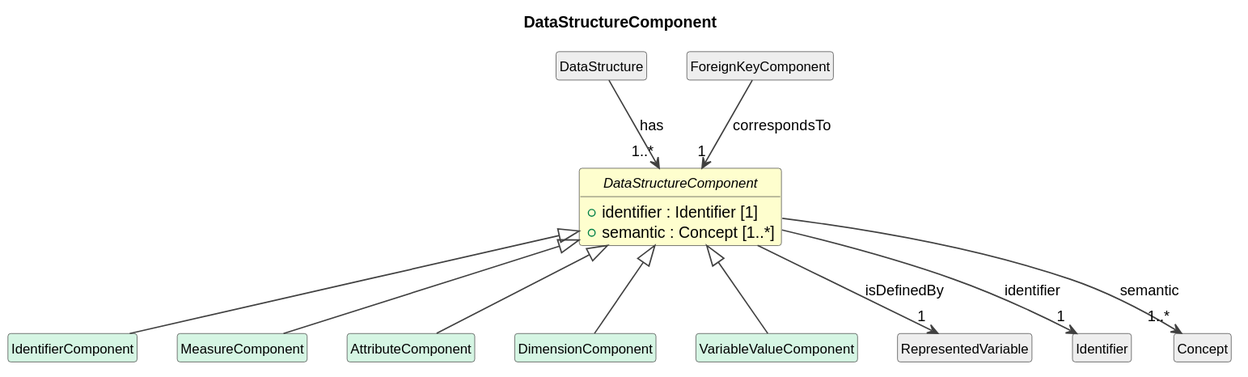
Cross-Domain-Interoperability-Framework/metadataBuildingBlocks keeps this PlantUML diagram as cdif-uml-model/DataDescriptionWithStructure/Classes/DataStructureComponent.svg. Above is the earlier version.
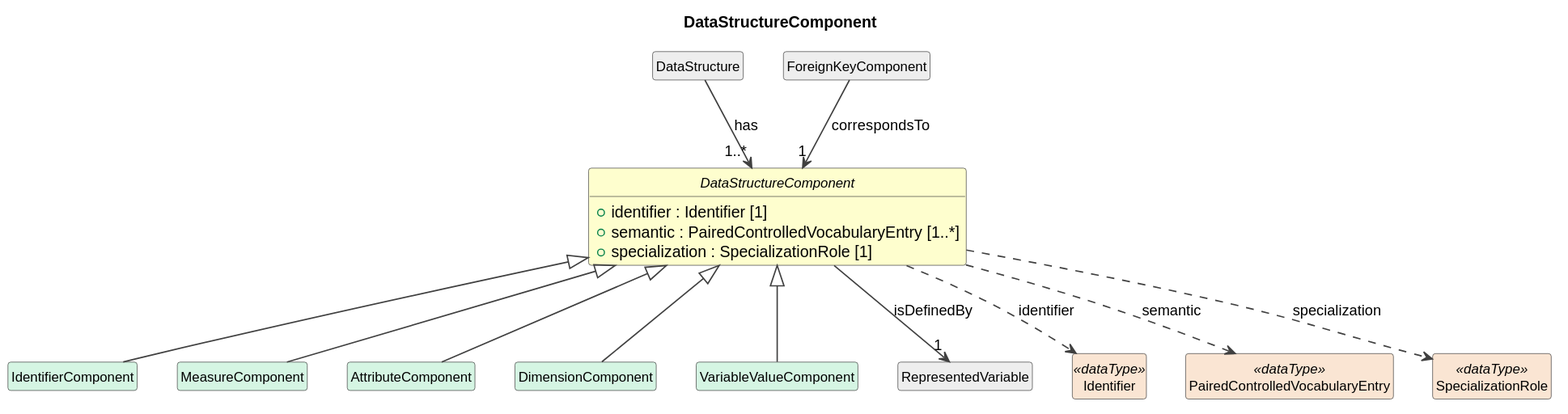
After the change.

What changed in the source:
```diff
@@ -12,7 +12,8 @@
 
 abstract class "DataStructureComponent" as DataStructureComponent #FEFECE {
   +identifier : Identifier [1]
-  +semantic : Concept [1..*]
+  +semantic : PairedControlledVocabularyEntry [1..*]
+  +specialization : SpecializationRole [1]
 }
 class "IdentifierComponent" as IdentifierComponent #D5F5E3
 DataStructureComponent <|-- IdentifierComponent
@@ -30,8 +31,10 @@
 DataStructureComponent --> "1" RepresentedVariable : isDefinedBy
 class "ForeignKeyComponent" as ForeignKeyComponent #EEEEEE
 ForeignKeyComponent --> "1" DataStructureComponent : correspondsTo
-class "Identifier" as Identifier #EEEEEE
-DataStructureComponent --> "1" Identifier : identifier
-class "Concept" as Concept #EEEEEE
-DataStructureComponent --> "1..*" Concept : semantic
+class "Identifier" as Identifier <<dataType>> #FAE5D3
+DataStructureComponent ..> Identifier : identifier
+class "PairedControlledVocabularyEntry" as PairedControlledVocabularyEntry <<dataType>> #FAE5D3
+DataStructureComponent ..> PairedControlledVocabularyEntry : semantic
+class "SpecializationRole" as SpecializationRole <<dataType>> #FAE5D3
+DataStructureComponent ..> SpecializationRole : specialization
 @enduml
```
